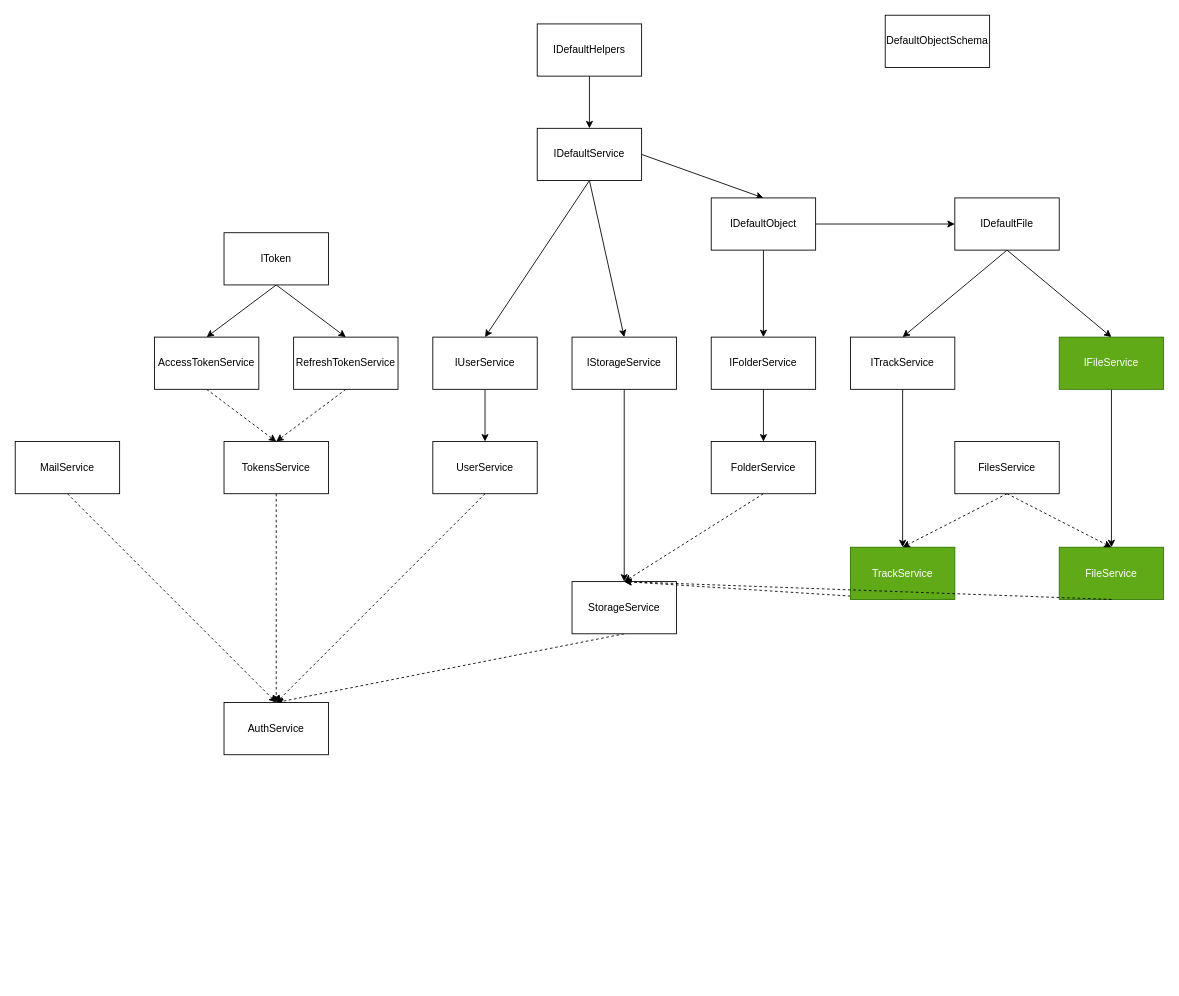
Above: page "Схема" (3 of 3) of project.drawio in WheatleyCODE/storage-server (draw.io), before the change. Source tidied: cells renumbered, new cells numbered last; positions are measured from the earlier drawing's top-left corner, leaving out a move shared by most shapes. Both pictures are drawn from the tidied source at 87%, with x=0, y=0 at pixel (15, 15).
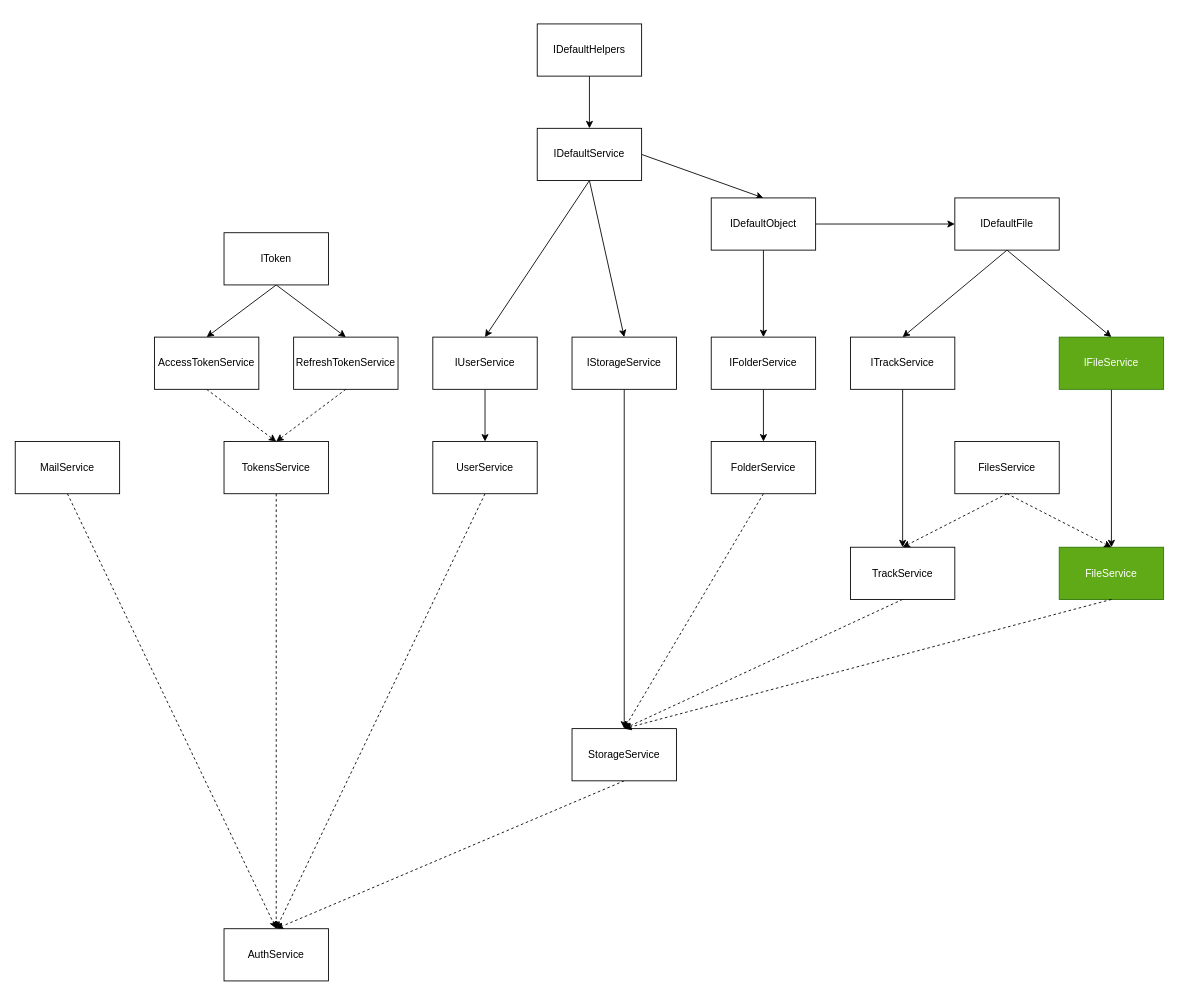
The same page after the edit.

Diff of the diagram source:
```diff
@@
     <mxCell id="27" value="StorageService" style="rounded=0;whiteSpace=wrap;html=1;" parent="1" vertex="1">
-      <mxGeometry x="640" y="651" width="120" height="60" as="geometry" />
+      <mxGeometry x="640" y="820" width="120" height="60" as="geometry" />
     </mxCell>
@@
     <mxCell id="30" value="AuthService" style="rounded=0;whiteSpace=wrap;html=1;" parent="1" vertex="1">
-      <mxGeometry x="240" y="790" width="120" height="60" as="geometry" />
+      <mxGeometry x="240" y="1050" width="120" height="60" as="geometry" />
     </mxCell>
@@
-    <mxCell id="41" value="TrackService" style="rounded=0;whiteSpace=wrap;html=1;fillColor=#60a917;fontColor=#ffffff;strokeColor=#2D7600;" parent="1" vertex="1">
+    <mxCell id="41" value="TrackService" style="rounded=0;whiteSpace=wrap;html=1;" parent="1" vertex="1">
       <mxGeometry x="960" y="611.5" width="120" height="60" as="geometry" />
     </mxCell>
@@
-    <mxCell id="49" value="DefaultObjectSchema" style="rounded=0;whiteSpace=wrap;html=1;" parent="1" vertex="1">
-      <mxGeometry x="1000" width="120" height="60" as="geometry" />
-    </mxCell>
```
